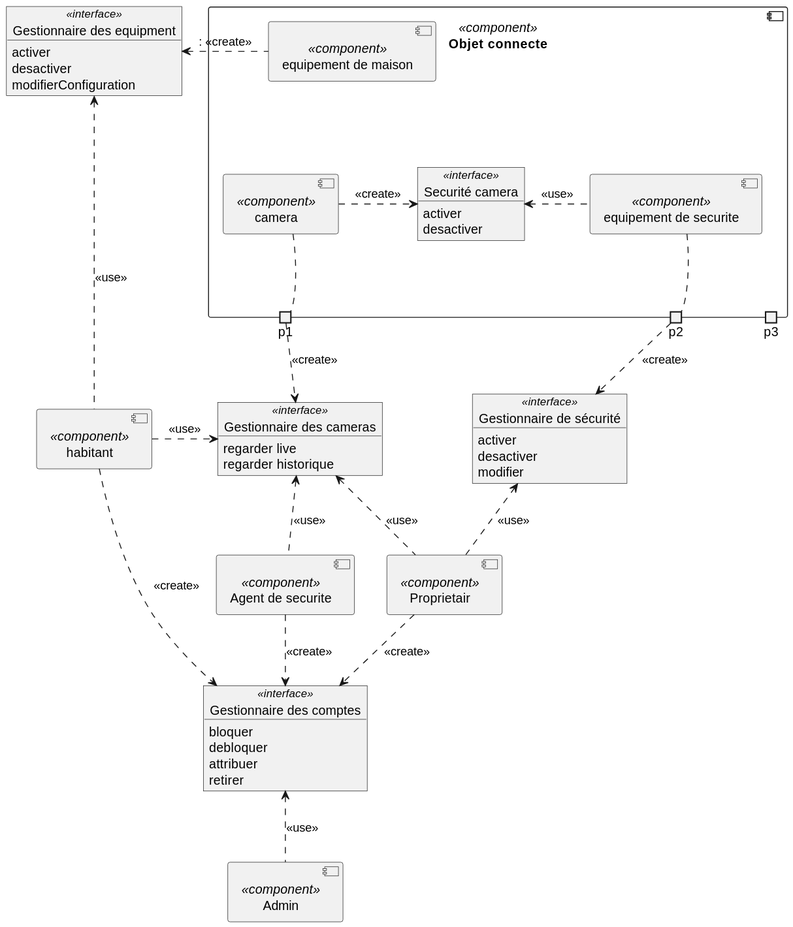
The PlantUML diagram out/UmlDiagrams/ComponentDiagramme/ComponentDiagramme.svg in SemSSK/SmartHome, before a commit.
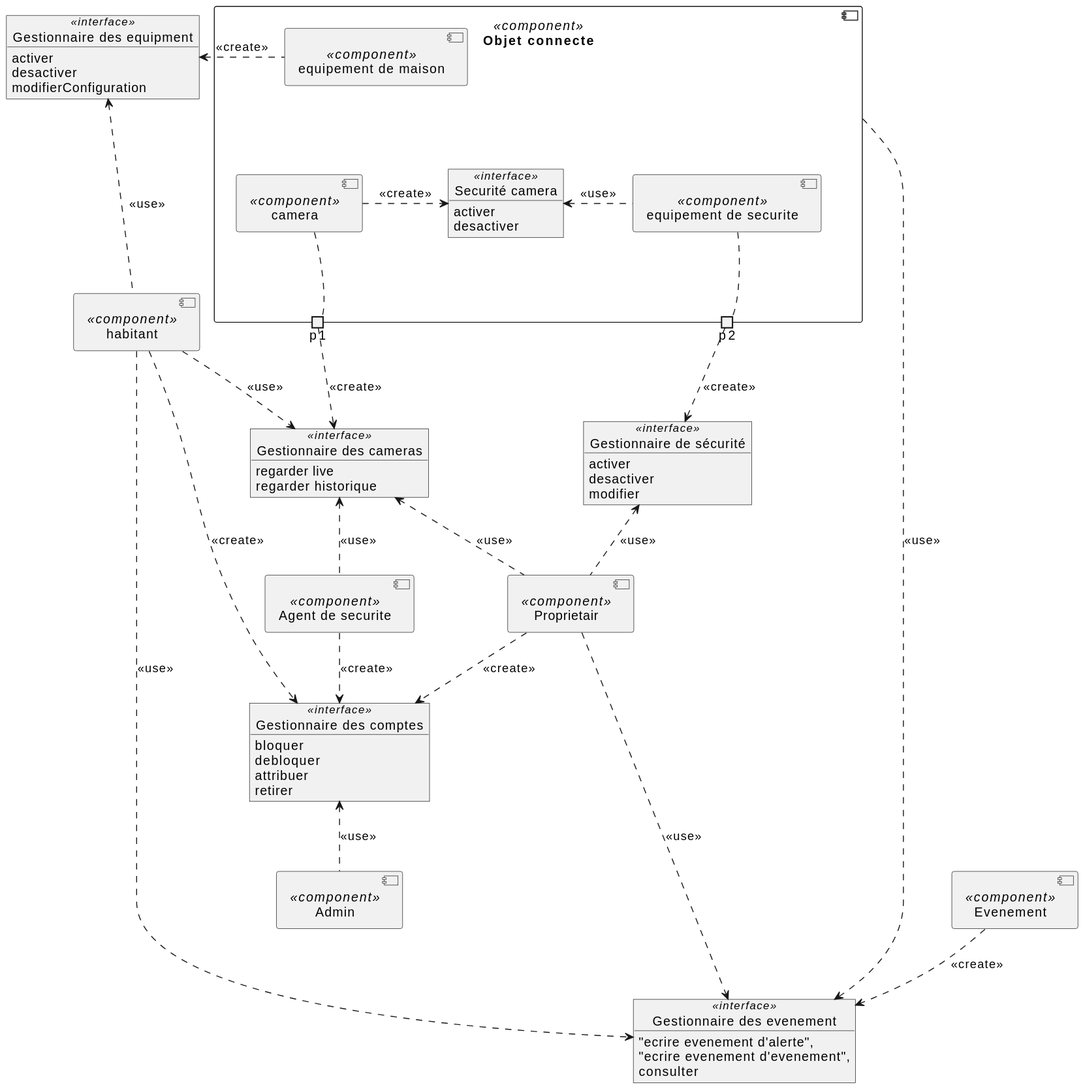
The same diagram one commit later.

The edit, as a diff of the source:
```diff
@@ -5,6 +5,8 @@
     component "Proprietair" as prop <<component>>
     component "habitant" as hab <<component>>
     component "Agent de securite" as ads <<component>>
+    component "Evenement" as event <<component>>
+
     component "Objet connecte" as oc <<component>> {
         component hhh <<hidden>>
         component "camera" as cams <<component>>
@@ -19,11 +21,10 @@
         hhh -l- equiMaison
         portout p1
         portout p2
-        portout p3
         p1 -[hidden]up-> cams
         p2 -[hidden]left-> equiSecurité
-        cams .right.> secCam : <<create>>
-        equiSecurité .left.> secCam : <<use>>
+        cams .--right--.> secCam :<<create>>
+        equiSecurité .--left--.> secCam : <<use>>
     }
 
 
@@ -47,6 +48,11 @@
         attribuer
         retirer
     }
+    object "Gestionnaire des evenement" as eventManage <<interface>> {
+        "ecrire evenement d'alerte",
+        "ecrire evenement d'evenement",
+        consulter
+    }
 
     cams .down. p1
     p1 .d.> camManage : <<create>>
@@ -63,6 +69,11 @@
     hab .d.> accountManage : <<create>>
     ads .d.> accountManage : <<create>>
 
-    hab .u.> equManage : <<use>>
-    equiMaison .l.>  equManage :: <<create>>
+    hab .u..> equManage : <<use>>
+    equiMaison .---l.>  equManage : <<create>>
+
+    event .d.> eventManage : <<create>>
+    oc .r.> eventManage : <<use>>
+    prop .d.> eventManage : <<use>>
+    hab .----.> eventManage : <<use>>
 @enduml
```
